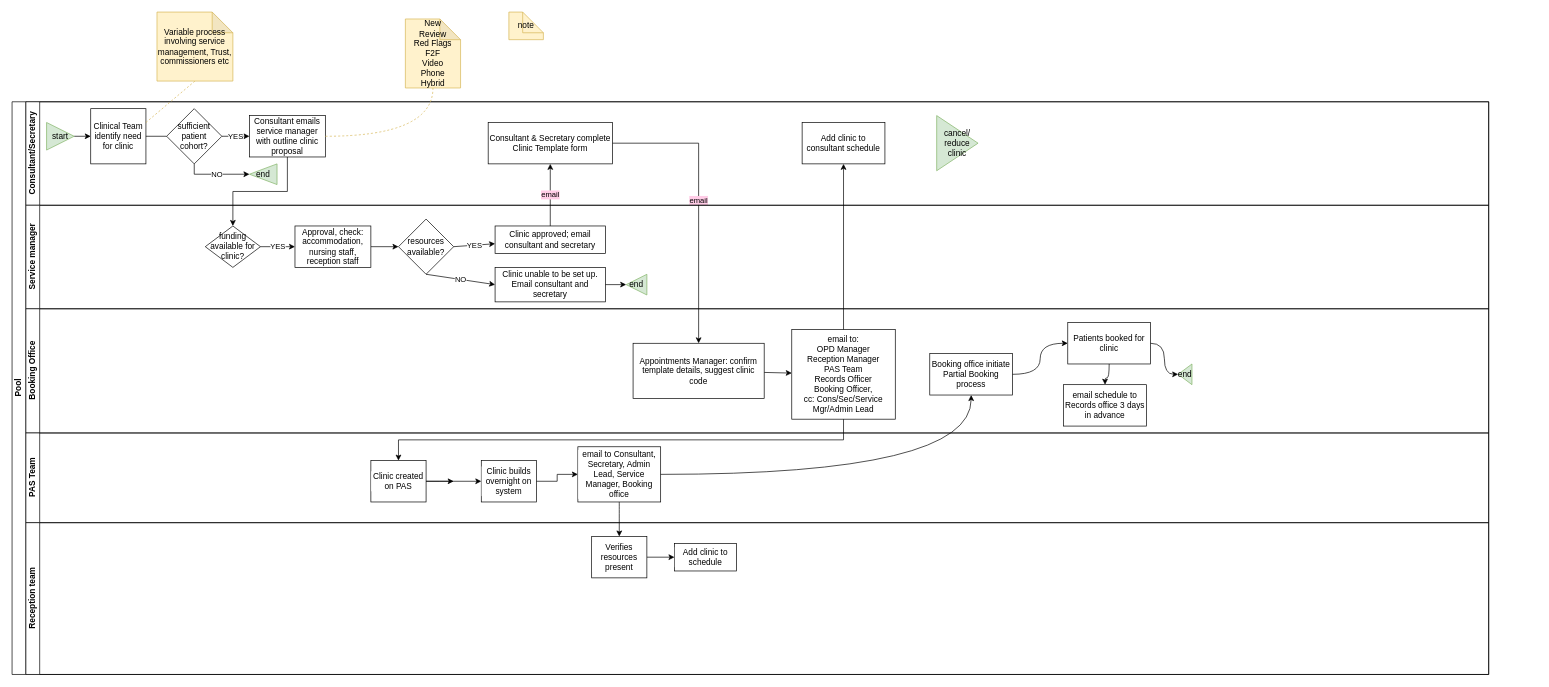
The draw.io diagram swimlane_clinictemplate1.drawio in shanemuk/waiting-lists, before the edit. Source tidied: cells renumbered, new cells numbered last; positions are measured from the earlier drawing's top-left corner, leaving out a move shared by most shapes. Both pictures are drawn from the tidied source at 69%, with x=0, y=0 at pixel (12, 12).
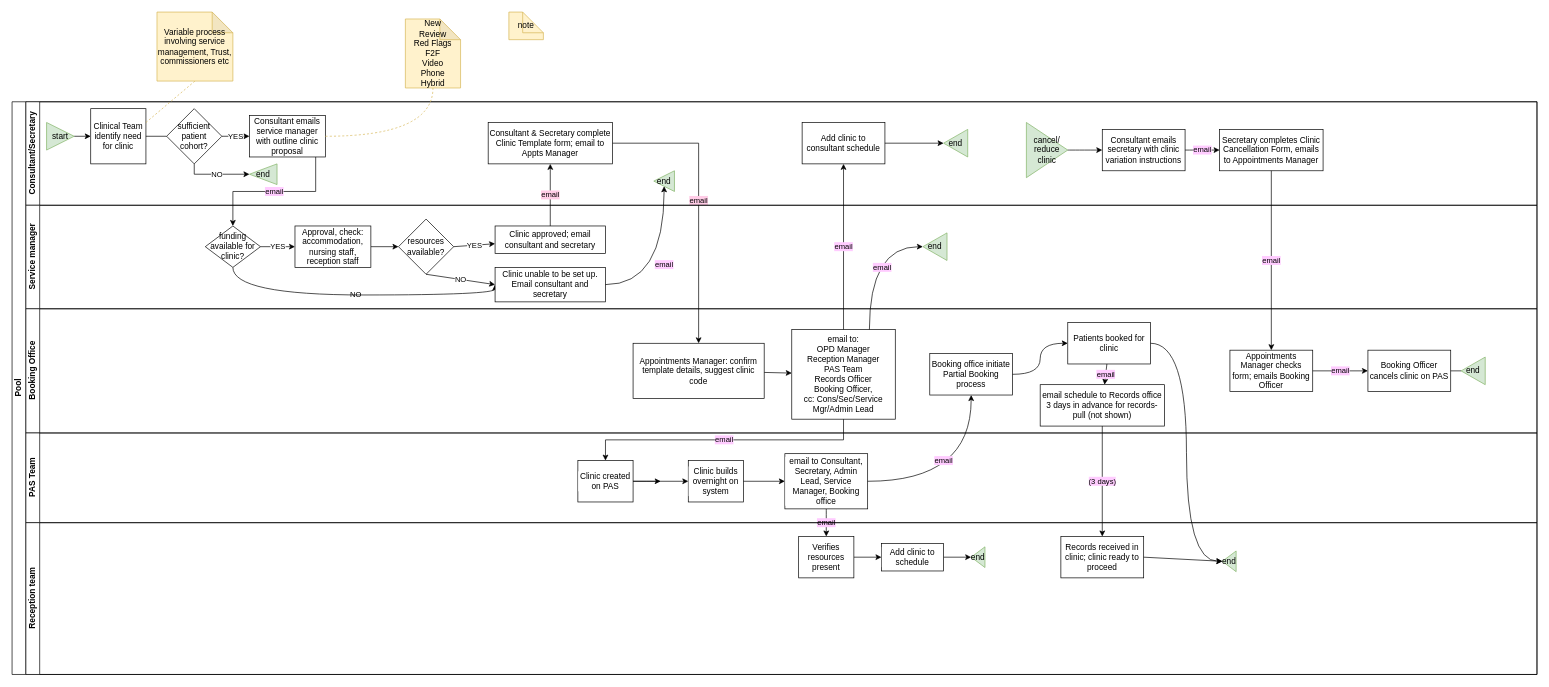
After the change.

Unchanged cells that the change refers to:
```xml
<mxCell id="5" value="Consultant emails service manager with outline clinic proposal" style="rounded=0;whiteSpace=wrap;html=1;fontFamily=Helvetica;fontSize=12;fontColor=#000000;align=center;fillColor=default;strokeColor=default;" parent="4" vertex="1">
  <mxGeometry x="324" y="20" width="110" height="60" as="geometry" />
</mxCell>
<mxCell id="15" value="Add clinic to consultant schedule" style="whiteSpace=wrap;html=1;fontColor=#000000;fillColor=default;strokeColor=default;" parent="4" vertex="1">
  <mxGeometry x="1125" y="30" width="120" height="60" as="geometry" />
</mxCell>
<mxCell id="18" value="funding available for clinic?" style="rhombus;rounded=0;whiteSpace=wrap;html=1;fontFamily=Helvetica;fontSize=12;fontColor=#000000;align=center;fillColor=default;strokeColor=default;" parent="17" vertex="1">
  <mxGeometry x="260" y="30" width="80" height="60" as="geometry" />
</mxCell>
<mxCell id="23" value="Clinic unable to be set up. Email consultant and secretary" style="whiteSpace=wrap;html=1;comic=0;fillColor=default;strokeColor=default;fontColor=default;" parent="17" vertex="1">
  <mxGeometry x="680" y="90" width="160" height="50" as="geometry" />
</mxCell>
<mxCell id="32" value="email to:&lt;br&gt;OPD Manager&lt;br&gt;Reception Manager&lt;br&gt;PAS Team&lt;br&gt;Records Officer&lt;br&gt;Booking Officer,&lt;br&gt;cc: Cons/Sec/Service Mgr/Admin Lead" style="whiteSpace=wrap;html=1;fontFamily=Helvetica;fontSize=12;fontColor=#000000;align=center;fillColor=default;strokeColor=default;" parent="29" vertex="1">
  <mxGeometry x="1110" y="30" width="150" height="130" as="geometry" />
</mxCell>
<mxCell id="33" value="Booking office initiate Partial Booking process" style="whiteSpace=wrap;html=1;fontColor=#000000;fillColor=default;strokeColor=default;" parent="29" vertex="1">
  <mxGeometry x="1310" y="65" width="120" height="60" as="geometry" />
</mxCell>
<mxCell id="35" value="Patients booked for clinic" style="whiteSpace=wrap;html=1;fontColor=#000000;fillColor=default;strokeColor=default;" parent="29" vertex="1">
  <mxGeometry x="1510" y="20" width="120" height="60" as="geometry" />
</mxCell>
```

The edit, as a diff of the source:
```diff
@@
     <mxCell id="2" value="Pool" style="swimlane;html=1;horizontal=0;startSize=20;fillColor=default;strokeColor=default;fontColor=default;" parent="1" vertex="1">
-      <mxGeometry y="130" width="2140" height="830" as="geometry" />
+      <mxGeometry y="130" width="2210" height="830" as="geometry" />
     </mxCell>
@@
     <mxCell id="4" value="Consultant/Secretary" style="swimlane;html=1;startSize=20;horizontal=0;fillColor=default;strokeColor=default;fontColor=default;" parent="2" vertex="1">
-      <mxGeometry x="20" width="2120" height="150" as="geometry" />
+      <mxGeometry x="20" width="2190" height="150" as="geometry" />
     </mxCell>
@@
-    <mxCell id="6" value="Consultant &amp;amp; Secretary complete Clinic Template form" style="whiteSpace=wrap;html=1;fontFamily=Helvetica;fontSize=12;fontColor=#000000;align=center;fillColor=default;strokeColor=default;" parent="4" vertex="1">
+    <mxCell id="6" value="Consultant &amp;amp; Secretary complete Clinic Template form; email to Appts Manager" style="whiteSpace=wrap;html=1;fontFamily=Helvetica;fontSize=12;fontColor=#000000;align=center;fillColor=default;strokeColor=default;" parent="4" vertex="1">
       <mxGeometry x="670" y="30" width="180" height="60" as="geometry" />
     </mxCell>
@@
     <mxCell id="16" value="cancel/ reduce clinic" style="triangle;whiteSpace=wrap;html=1;labelBackgroundColor=none;comic=0;strokeColor=#82b366;fillColor=#d5e8d4;fontColor=default;" parent="4" vertex="1">
-      <mxGeometry x="1320" y="20" width="60" height="80" as="geometry" />
+      <mxGeometry x="1450" y="30" width="60" height="80" as="geometry" />
     </mxCell>
+    <mxCell id="62" value="Secretary completes Clinic Cancellation Form, emails to Appointments Manager" style="whiteSpace=wrap;html=1;fillColor=none;comic=0;" parent="4" vertex="1">
+      <mxGeometry x="1730" y="40" width="150" height="60" as="geometry" />
+    </mxCell>
     <mxCell id="17" value="Service manager" style="swimlane;html=1;startSize=20;horizontal=0;fillColor=default;strokeColor=default;fontColor=default;" parent="2" vertex="1">
-      <mxGeometry x="20" y="150" width="2120" height="150" as="geometry" />
+      <mxGeometry x="20" y="150" width="2190" height="150" as="geometry" />
     </mxCell>
+    <mxCell id="63" value="NO" style="edgeStyle=orthogonalEdgeStyle;curved=1;rounded=0;jettySize=auto;html=1;exitX=0.5;exitY=1;exitDx=0;exitDy=0;entryX=0;entryY=0.5;entryDx=0;entryDy=0;labelBackgroundColor=none;" parent="17" edge="1" source="18" target="23">
+      <mxGeometry relative="1" as="geometry">
+        <Array as="points">
+          <mxPoint x="300" y="130" />
+          <mxPoint x="680" y="130" />
+        </Array>
+      </mxGeometry>
+    </mxCell>
@@
-    <mxCell id="27" value="end" style="triangle;direction=west;whiteSpace=wrap;html=1;comic=0;fillColor=#d5e8d4;strokeColor=#82b366;fontColor=default;" parent="17" vertex="1">
-      <mxGeometry x="870" y="100" width="30" height="30" as="geometry" />
-    </mxCell>
-    <mxCell id="28" style="rounded=0;jettySize=auto;html=1;labelBackgroundColor=default;fontColor=default;strokeColor=default;" parent="17" edge="1" source="23" target="27">
-      <mxGeometry relative="1" as="geometry" />
-    </mxCell>
+    <mxCell id="64" value="end" style="triangle;direction=west;whiteSpace=wrap;html=1;fillColor=#d5e8d4;strokeColor=#82b366;" parent="17" vertex="1">
+      <mxGeometry x="1300" y="40" width="35" height="40" as="geometry" />
+    </mxCell>
     <mxCell id="29" value="Booking Office" style="swimlane;html=1;startSize=20;horizontal=0;fillColor=default;strokeColor=default;fontColor=default;" parent="2" vertex="1">
-      <mxGeometry x="20" y="300" width="2120" height="180" as="geometry" />
+      <mxGeometry x="20" y="300" width="2190" height="180" as="geometry" />
     </mxCell>
@@
-    <mxCell id="34" value="end" style="triangle;direction=west;whiteSpace=wrap;html=1;fillColor=#d5e8d4;strokeColor=#82b366;fontColor=default;" parent="29" vertex="1">
-      <mxGeometry x="1670" y="80" width="20" height="30" as="geometry" />
-    </mxCell>
@@
-    <mxCell id="37" style="edgeStyle=orthogonalEdgeStyle;curved=1;rounded=0;jumpStyle=arc;jettySize=auto;html=1;labelBackgroundColor=default;fontColor=default;strokeColor=default;fillColor=default;" parent="29" edge="1" source="35" target="34">
-      <mxGeometry relative="1" as="geometry" />
-    </mxCell>
-    <mxCell id="38" value="email schedule to Records office 3 days in advance" style="whiteSpace=wrap;html=1;fontColor=#000000;fillColor=default;strokeColor=default;" parent="29" vertex="1">
-      <mxGeometry x="1504" y="110" width="120" height="60" as="geometry" />
+    <mxCell id="38" value="email schedule to Records office 3 days in advance for records-pull (not shown)" style="whiteSpace=wrap;html=1;fontColor=#000000;fillColor=default;strokeColor=default;" parent="29" vertex="1">
+      <mxGeometry x="1470" y="110" width="180" height="60" as="geometry" />
     </mxCell>
-    <mxCell id="39" style="edgeStyle=orthogonalEdgeStyle;curved=1;rounded=0;jumpStyle=arc;jettySize=auto;html=1;labelBackgroundColor=default;fontColor=default;strokeColor=default;fillColor=default;" parent="29" edge="1" source="35" target="38">
+    <mxCell id="39" value="email" style="rounded=0;jumpStyle=arc;jettySize=auto;html=1;labelBackgroundColor=#FFCCFF;fontColor=default;strokeColor=default;fillColor=default;" parent="29" edge="1" source="35" target="38">
       <mxGeometry relative="1" as="geometry" />
     </mxCell>
+    <mxCell id="65" value="Appointments Manager checks form; emails Booking Officer" style="whiteSpace=wrap;html=1;fillColor=none;comic=0;" parent="29" vertex="1">
+      <mxGeometry x="1745" y="60" width="120" height="60" as="geometry" />
+    </mxCell>
+    <mxCell id="54" value="email" style="rounded=0;jumpStyle=arc;jettySize=auto;html=1;exitX=0.5;exitY=1;exitDx=0;exitDy=0;entryX=0.5;entryY=0;entryDx=0;entryDy=0;labelBackgroundColor=#FFCCFF;fontColor=default;strokeColor=default;fillColor=default;edgeStyle=orthogonalEdgeStyle;curved=1;" parent="2" edge="1" source="45" target="51">
+      <mxGeometry relative="1" as="geometry" />
+    </mxCell>
     <mxCell id="40" value="PAS Team" style="swimlane;html=1;startSize=20;horizontal=0;fillColor=default;strokeColor=default;fontColor=default;" parent="2" vertex="1">
-      <mxGeometry x="20" y="480" width="2120" height="130" as="geometry" />
+      <mxGeometry x="20" y="480" width="2190" height="130" as="geometry" />
     </mxCell>
     <mxCell id="41" style="edgeStyle=orthogonalEdgeStyle;rounded=0;jettySize=auto;html=1;endArrow=classic;endFill=1;strokeColor=default;labelBackgroundColor=default;fontColor=default;" parent="40" edge="1" source="42">
       <mxGeometry relative="1" as="geometry">
-        <mxPoint x="620" y="70" as="targetPoint" />
+        <mxPoint x="920" y="70" as="targetPoint" />
       </mxGeometry>
     </mxCell>
     <mxCell id="42" value="Clinic created on PAS" style="rounded=0;whiteSpace=wrap;html=1;fontFamily=Helvetica;fontSize=12;fontColor=default;align=center;strokeColor=default;labelBackgroundColor=default;" parent="40" vertex="1">
-      <mxGeometry x="500" y="40" width="80" height="60" as="geometry" />
+      <mxGeometry x="800" y="40" width="80" height="60" as="geometry" />
     </mxCell>
     <mxCell id="43" value="Clinic builds overnight on system" style="rounded=0;whiteSpace=wrap;html=1;fontFamily=Helvetica;fontSize=12;fontColor=default;align=center;strokeColor=default;labelBackgroundColor=default;" parent="40" vertex="1">
-      <mxGeometry x="660" y="40" width="80" height="60" as="geometry" />
+      <mxGeometry x="960" y="40" width="80" height="60" as="geometry" />
     </mxCell>
@@
     <mxCell id="45" value="email to Consultant, Secretary, Admin Lead, Service Manager, Booking office" style="whiteSpace=wrap;html=1;rounded=0;fontColor=default;strokeColor=default;labelBackgroundColor=default;fillColor=default;" parent="40" vertex="1">
-      <mxGeometry x="800" y="20" width="120" height="80" as="geometry" />
+      <mxGeometry x="1100" y="30" width="120" height="80" as="geometry" />
     </mxCell>
@@
-    <mxCell id="47" style="edgeStyle=orthogonalEdgeStyle;rounded=0;jettySize=auto;html=1;labelBackgroundColor=default;fontColor=default;strokeColor=default;" parent="2" edge="1" source="5" target="18">
-      <mxGeometry relative="1" as="geometry" />
+    <mxCell id="47" value="email" style="edgeStyle=orthogonalEdgeStyle;rounded=0;jettySize=auto;html=1;labelBackgroundColor=#FFCCFF;fontColor=default;strokeColor=default;" parent="2" edge="1" source="5" target="18">
+      <mxGeometry relative="1" as="geometry">
+        <Array as="points">
+          <mxPoint x="440" y="130" />
+          <mxPoint x="320" y="130" />
+        </Array>
+      </mxGeometry>
     </mxCell>
@@
     <mxCell id="49" value="Reception team" style="swimlane;html=1;startSize=20;horizontal=0;fillColor=default;strokeColor=default;fontColor=default;" parent="2" vertex="1">
-      <mxGeometry x="20" y="610" width="2120" height="220" as="geometry" />
+      <mxGeometry x="20" y="610" width="2190" height="220" as="geometry" />
     </mxCell>
@@
     <mxCell id="51" value="Verifies resources present" style="rounded=0;whiteSpace=wrap;html=1;fontFamily=Helvetica;fontSize=12;fontColor=default;align=center;strokeColor=default;labelBackgroundColor=default;" parent="49" vertex="1">
-      <mxGeometry x="820" y="20" width="80" height="60" as="geometry" />
+      <mxGeometry x="1120" y="20" width="80" height="60" as="geometry" />
     </mxCell>
+    <mxCell id="66" style="edgeStyle=none;rounded=0;jettySize=auto;html=1;exitX=1;exitY=0.5;exitDx=0;exitDy=0;entryX=1;entryY=0.5;entryDx=0;entryDy=0;labelBackgroundColor=#FFCCFF;" parent="49" edge="1" source="52" target="67">
+      <mxGeometry relative="1" as="geometry" />
+    </mxCell>
     <mxCell id="52" value="Add clinic to schedule" style="whiteSpace=wrap;html=1;fontFamily=Helvetica;fontSize=12;fontColor=default;align=center;fillColor=default;strokeColor=default;labelBackgroundColor=default;" parent="49" vertex="1">
-      <mxGeometry x="940" y="30" width="90" height="40" as="geometry" />
+      <mxGeometry x="1240" y="30" width="90" height="40" as="geometry" />
     </mxCell>
+    <mxCell id="34" value="end" style="triangle;direction=west;whiteSpace=wrap;html=1;fillColor=#d5e8d4;strokeColor=#82b366;fontColor=default;" parent="49" vertex="1">
+      <mxGeometry x="1734" y="41" width="20" height="30" as="geometry" />
+    </mxCell>
+    <mxCell id="67" value="end" style="triangle;direction=west;whiteSpace=wrap;html=1;fillColor=#d5e8d4;strokeColor=#82b366;fontColor=default;" parent="49" vertex="1">
+      <mxGeometry x="1370" y="35" width="20" height="30" as="geometry" />
+    </mxCell>
+    <mxCell id="68" value="Records received in clinic; clinic ready to proceed" style="whiteSpace=wrap;html=1;fontColor=#000000;" parent="49" vertex="1">
+      <mxGeometry x="1500" y="20" width="120" height="60" as="geometry" />
+    </mxCell>
+    <mxCell id="69" style="edgeStyle=none;rounded=0;jettySize=auto;html=1;exitX=1;exitY=0.5;exitDx=0;exitDy=0;labelBackgroundColor=#FFCCFF;entryX=1;entryY=0.5;entryDx=0;entryDy=0;" parent="49" edge="1" source="68" target="34">
+      <mxGeometry relative="1" as="geometry" />
+    </mxCell>
-    <mxCell id="53" style="rounded=0;jettySize=auto;html=1;exitX=0.5;exitY=1;exitDx=0;exitDy=0;entryX=0.5;entryY=0;entryDx=0;entryDy=0;labelBackgroundColor=default;fontColor=default;strokeColor=default;fillColor=default;jumpStyle=arc;edgeStyle=orthogonalEdgeStyle;" parent="2" edge="1" source="32" target="42">
+    <mxCell id="53" value="email" style="rounded=0;jettySize=auto;html=1;exitX=0.5;exitY=1;exitDx=0;exitDy=0;entryX=0.5;entryY=0;entryDx=0;entryDy=0;labelBackgroundColor=#FFCCFF;fontColor=default;strokeColor=default;fillColor=default;jumpStyle=arc;edgeStyle=orthogonalEdgeStyle;" parent="2" edge="1" source="32" target="42">
       <mxGeometry relative="1" as="geometry" />
     </mxCell>
-    <mxCell id="54" style="rounded=0;jumpStyle=arc;jettySize=auto;html=1;exitX=0.5;exitY=1;exitDx=0;exitDy=0;entryX=0.5;entryY=0;entryDx=0;entryDy=0;labelBackgroundColor=default;fontColor=default;strokeColor=default;fillColor=default;edgeStyle=orthogonalEdgeStyle;curved=1;" parent="2" edge="1" source="45" target="51">
-      <mxGeometry relative="1" as="geometry" />
-    </mxCell>
-    <mxCell id="55" style="edgeStyle=none;rounded=0;jumpStyle=arc;jettySize=auto;html=1;labelBackgroundColor=default;fontColor=default;strokeColor=default;fillColor=default;" parent="2" edge="1" source="32" target="15">
+    <mxCell id="55" value="email" style="edgeStyle=none;rounded=0;jumpStyle=arc;jettySize=auto;html=1;labelBackgroundColor=#FFCCFF;fontColor=default;strokeColor=default;fillColor=default;" parent="2" edge="1" source="32" target="15">
       <mxGeometry relative="1" as="geometry" />
     </mxCell>
-    <mxCell id="56" style="edgeStyle=orthogonalEdgeStyle;curved=1;rounded=0;jumpStyle=arc;jettySize=auto;html=1;exitX=1;exitY=0.5;exitDx=0;exitDy=0;labelBackgroundColor=default;fontColor=default;strokeColor=default;fillColor=default;" parent="2" edge="1" source="45" target="33">
-      <mxGeometry relative="1" as="geometry" />
+    <mxCell id="56" value="email" style="edgeStyle=orthogonalEdgeStyle;curved=1;rounded=0;jumpStyle=arc;jettySize=auto;html=1;exitX=1;exitY=0.5;exitDx=0;exitDy=0;labelBackgroundColor=#FFCCFF;fontColor=default;strokeColor=default;fillColor=default;" parent="2" edge="1" source="45" target="33">
+      <mxGeometry x="-0.2" y="30" relative="1" as="geometry" />
     </mxCell>
+    <mxCell id="37" style="edgeStyle=orthogonalEdgeStyle;curved=1;rounded=0;jumpStyle=arc;jettySize=auto;html=1;labelBackgroundColor=default;fontColor=default;strokeColor=default;fillColor=default;entryX=1;entryY=0.5;entryDx=0;entryDy=0;" parent="2" edge="1" source="35" target="34">
+      <mxGeometry relative="1" as="geometry" />
+    </mxCell>
+    <mxCell id="70" value="email" style="edgeStyle=orthogonalEdgeStyle;rounded=0;jettySize=auto;html=1;exitX=0.75;exitY=0;exitDx=0;exitDy=0;entryX=1;entryY=0.5;entryDx=0;entryDy=0;curved=1;labelBackgroundColor=#FFCCFF;" parent="2" edge="1" source="32" target="64">
+      <mxGeometry x="-0.09" y="-17" relative="1" as="geometry">
+        <mxPoint x="1" as="offset" />
+      </mxGeometry>
+    </mxCell>
+    <mxCell id="71" value="email" style="edgeStyle=none;rounded=0;jettySize=auto;html=1;labelBackgroundColor=#FFCCFF;" parent="2" edge="1" source="62" target="65">
+      <mxGeometry relative="1" as="geometry" />
+    </mxCell>
+    <mxCell id="72" value="(3 days)" style="edgeStyle=none;rounded=0;jettySize=auto;html=1;labelBackgroundColor=#FFCCFF;" parent="2" edge="1" source="38" target="68">
+      <mxGeometry relative="1" as="geometry" />
+    </mxCell>
@@
+    <mxCell id="73" value="end" style="triangle;direction=west;whiteSpace=wrap;html=1;fillColor=#d5e8d4;strokeColor=#82b366;" parent="1" vertex="1">
+      <mxGeometry x="1350" y="170" width="35" height="40" as="geometry" />
+    </mxCell>
+    <mxCell id="74" style="edgeStyle=orthogonalEdgeStyle;rounded=0;jettySize=auto;html=1;" parent="1" edge="1" source="15" target="73">
+      <mxGeometry relative="1" as="geometry" />
+    </mxCell>
+    <mxCell id="75" value="email" style="edgeStyle=orthogonalEdgeStyle;curved=1;rounded=0;jettySize=auto;html=1;labelBackgroundColor=#FFCCFF;" parent="1" edge="1" source="76" target="62">
+      <mxGeometry relative="1" as="geometry" />
+    </mxCell>
+    <mxCell id="76" value="Consultant emails secretary with clinic variation instructions" style="whiteSpace=wrap;html=1;comic=0;fillColor=none;" parent="1" vertex="1">
+      <mxGeometry x="1580" y="170" width="120" height="60" as="geometry" />
+    </mxCell>
+    <mxCell id="77" style="edgeStyle=orthogonalEdgeStyle;curved=1;rounded=0;jettySize=auto;html=1;labelBackgroundColor=#FFCCFF;" parent="1" edge="1" source="16" target="76">
+      <mxGeometry relative="1" as="geometry" />
+    </mxCell>
+    <mxCell id="78" value="Booking Officer cancels clinic on PAS" style="whiteSpace=wrap;html=1;fillColor=none;comic=0;" parent="1" vertex="1">
+      <mxGeometry x="1965" y="490" width="120" height="60" as="geometry" />
+    </mxCell>
+    <mxCell id="79" value="email" style="edgeStyle=none;rounded=0;jettySize=auto;html=1;labelBackgroundColor=#FFCCFF;" parent="1" edge="1" source="65" target="78">
+      <mxGeometry relative="1" as="geometry" />
+    </mxCell>
+    <mxCell id="80" value="end" style="triangle;direction=west;whiteSpace=wrap;html=1;fillColor=#d5e8d4;strokeColor=#82b366;" parent="1" vertex="1">
+      <mxGeometry x="2100" y="500" width="35" height="40" as="geometry" />
+    </mxCell>
+    <mxCell id="81" style="edgeStyle=none;rounded=0;jettySize=auto;html=1;labelBackgroundColor=#FFCCFF;endArrow=none;" parent="1" edge="1" source="78" target="80">
+      <mxGeometry relative="1" as="geometry" />
+    </mxCell>
+    <mxCell id="27" value="end" style="triangle;direction=west;whiteSpace=wrap;html=1;comic=0;fillColor=#d5e8d4;strokeColor=#82b366;fontColor=default;" parent="1" vertex="1">
+      <mxGeometry x="930" y="230" width="30" height="30" as="geometry" />
+    </mxCell>
+    <mxCell id="28" value="email" style="rounded=0;jettySize=auto;html=1;labelBackgroundColor=#FFCCFF;fontColor=default;strokeColor=default;edgeStyle=orthogonalEdgeStyle;curved=1;" parent="1" edge="1" source="23" target="27">
+      <mxGeometry relative="1" as="geometry" />
+    </mxCell>
```
